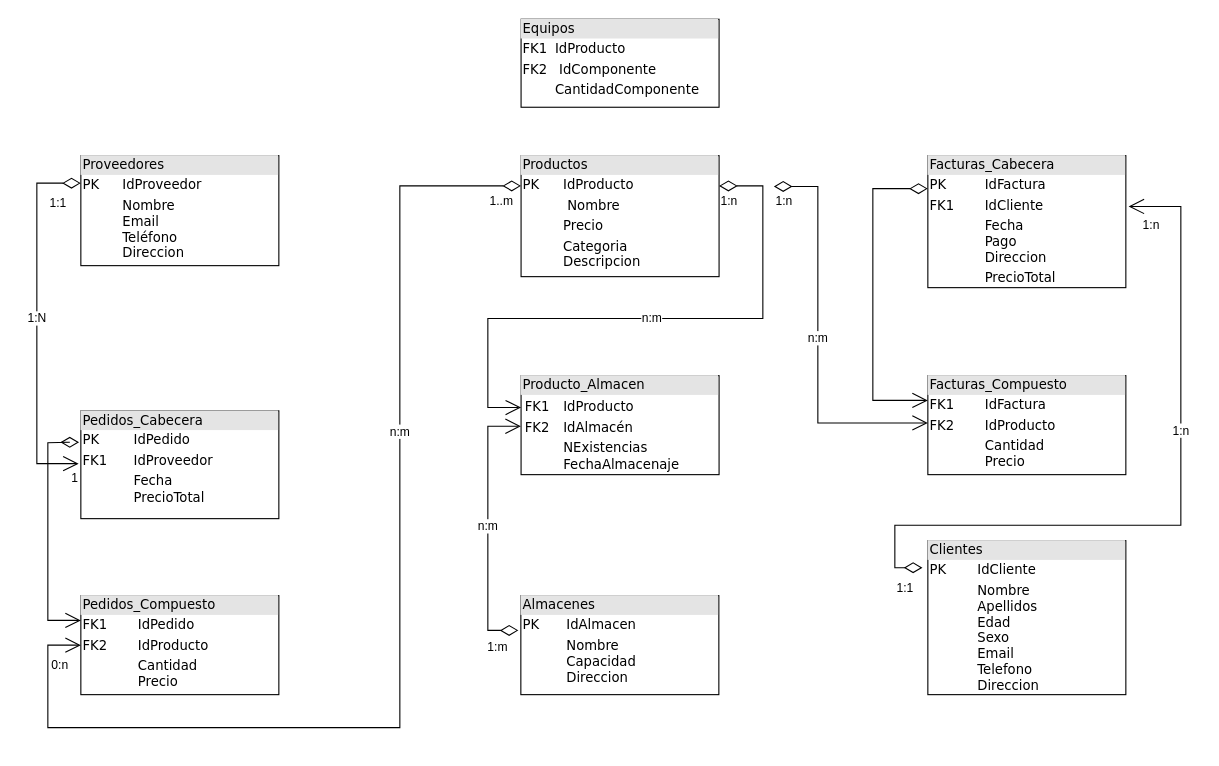
Earlier version of the draw.io diagram ModeloIdentidadRelacionUML.drawio (huertin03/ERP-HardSpot). Source tidied: cells renumbered, new cells numbered last; positions are measured from the earlier drawing's top-left corner, leaving out a move shared by most shapes. Both pictures are drawn from the tidied source at 110%, with x=0, y=0 at pixel (36, 19).
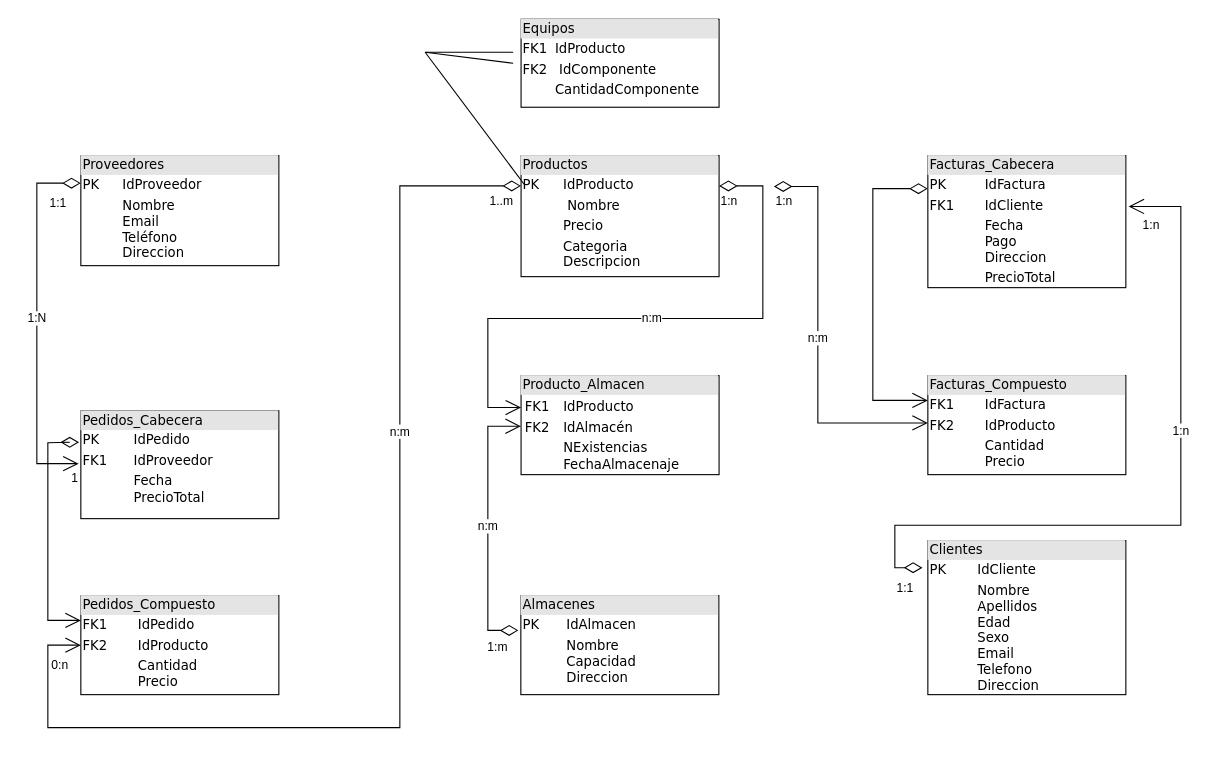
Above is the later version.

Diff of the diagram source:
```diff
@@
+    <mxCell id="29" style="endArrow=none;html=1;rounded=0;" parent="1" edge="1">
+      <mxGeometry relative="1" as="geometry">
+        <mxPoint x="443" y="150" as="sourcePoint" />
+        <mxPoint x="353" y="30" as="targetPoint" />
+      </mxGeometry>
+    </mxCell>
+    <mxCell id="30" style="endArrow=none;html=1;rounded=0;" parent="1" edge="1">
+      <mxGeometry relative="1" as="geometry">
+        <mxPoint x="353" y="30" as="sourcePoint" />
+        <mxPoint x="433" y="30" as="targetPoint" />
+      </mxGeometry>
+    </mxCell>
+    <mxCell id="31" style="endArrow=none;html=1;rounded=0;" parent="1" edge="1">
+      <mxGeometry relative="1" as="geometry">
+        <mxPoint x="353" y="30" as="sourcePoint" />
+        <mxPoint x="433" y="40" as="targetPoint" />
+      </mxGeometry>
+    </mxCell>
```
